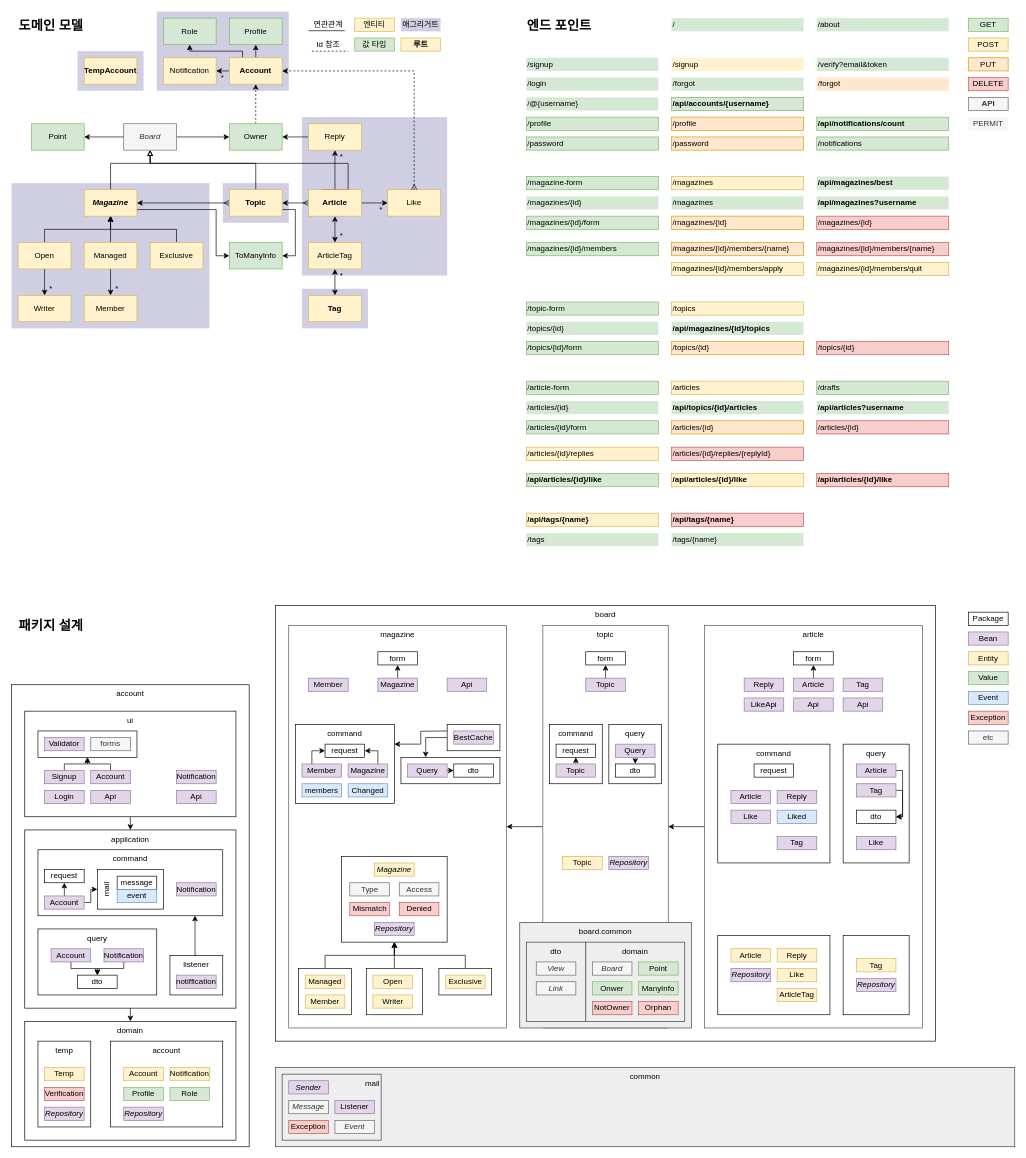
This is diagram.drawio from suloginscene/dinner, a draw.io file, before an edit. Source tidied: cells renumbered, new cells numbered last; positions are measured from the earlier drawing's top-left corner, leaving out a move shared by most shapes. Both pictures are drawn from the tidied source at 66%, with x=0, y=0 at pixel (11, 11).
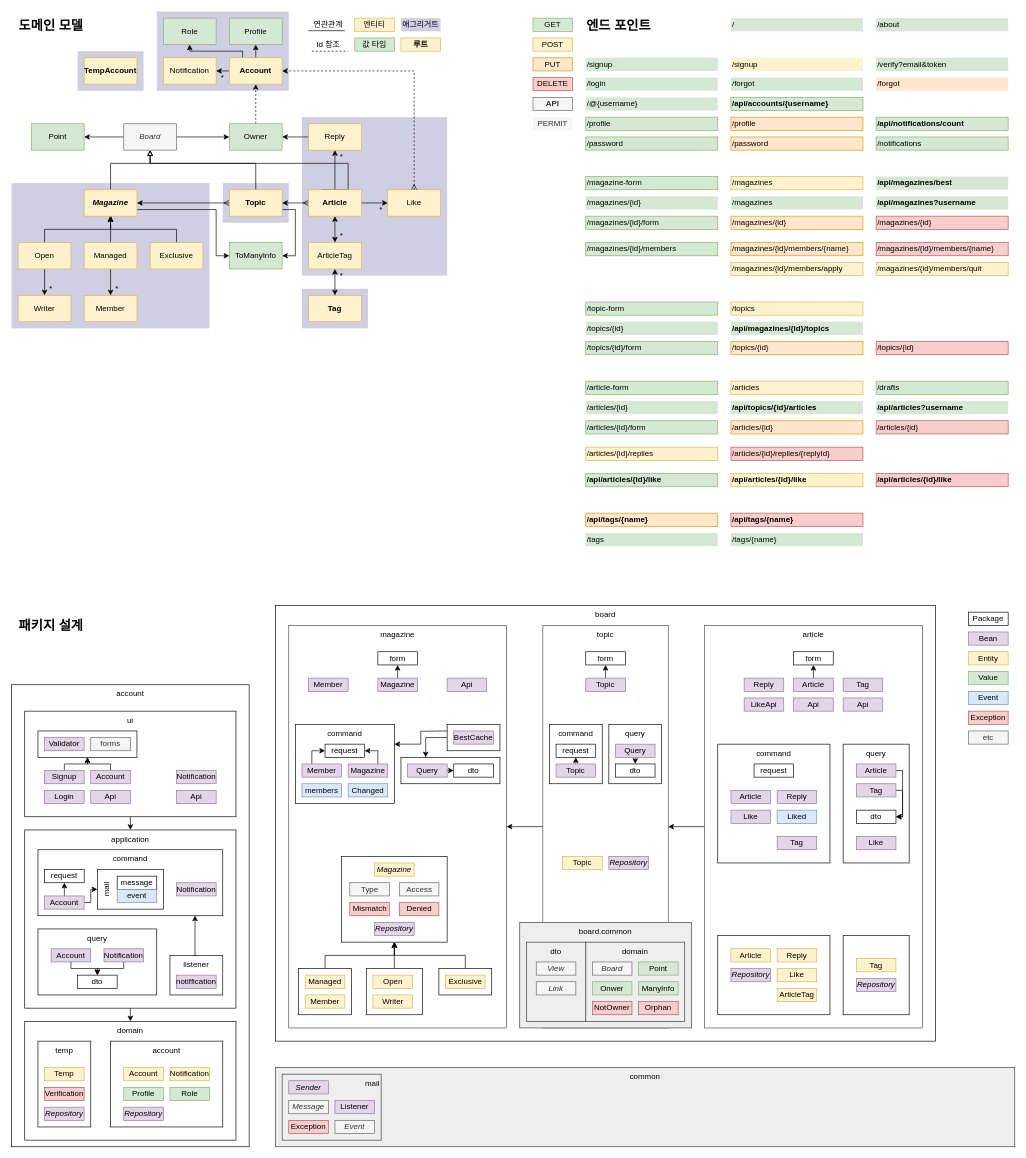
Above is the later version.

Diff of the diagram source:
```diff
@@
     <mxCell id="2" style="rounded=0;whiteSpace=wrap;html=1;horizontal=1;verticalAlign=top;strokeColor=none;" parent="1" vertex="1">
-      <mxGeometry x="770" width="660" height="820" as="geometry" />
+      <mxGeometry x="860" width="660" height="820" as="geometry" />
     </mxCell>
@@
     <mxCell id="91" style="rounded=0;whiteSpace=wrap;html=1;horizontal=1;verticalAlign=top;strokeColor=none;" parent="1" vertex="1">
-      <mxGeometry x="1440" width="80" height="190" as="geometry" />
+      <mxGeometry x="780" width="80" height="190" as="geometry" />
     </mxCell>
     <mxCell id="92" value="GET" style="rounded=0;whiteSpace=wrap;html=1;fillColor=#d5e8d4;strokeColor=#82b366;" parent="1" vertex="1">
-      <mxGeometry x="1450" y="10" width="60" height="20" as="geometry" />
+      <mxGeometry x="790" y="10" width="60" height="20" as="geometry" />
     </mxCell>
     <mxCell id="93" value="POST" style="rounded=0;whiteSpace=wrap;html=1;fillColor=#fff2cc;strokeColor=#d6b656;" parent="1" vertex="1">
-      <mxGeometry x="1450" y="40" width="60" height="20" as="geometry" />
+      <mxGeometry x="790" y="40" width="60" height="20" as="geometry" />
     </mxCell>
     <mxCell id="94" value="PUT" style="rounded=0;whiteSpace=wrap;html=1;fontStyle=0;fillColor=#ffe6cc;strokeColor=#d79b00;" parent="1" vertex="1">
-      <mxGeometry x="1450" y="70" width="60" height="20" as="geometry" />
+      <mxGeometry x="790" y="70" width="60" height="20" as="geometry" />
     </mxCell>
     <mxCell id="95" value="API" style="rounded=0;whiteSpace=wrap;html=1;fontStyle=1;fillColor=#f5f5f5;strokeColor=#666666;fontColor=#333333;" parent="1" vertex="1">
-      <mxGeometry x="1450" y="130" width="60" height="20" as="geometry" />
+      <mxGeometry x="790" y="130" width="60" height="20" as="geometry" />
     </mxCell>
     <mxCell id="96" value="DELETE" style="rounded=0;whiteSpace=wrap;html=1;fontStyle=0;fillColor=#f8cecc;strokeColor=#b85450;" parent="1" vertex="1">
-      <mxGeometry x="1450" y="100" width="60" height="20" as="geometry" />
+      <mxGeometry x="790" y="100" width="60" height="20" as="geometry" />
     </mxCell>
@@
     <mxCell id="155" value="엔드 포인트" style="rounded=0;whiteSpace=wrap;html=1;gradientColor=none;align=center;strokeColor=none;fontStyle=1;fontSize=20;fillColor=none;" parent="1" vertex="1">
-      <mxGeometry x="770" width="120" height="40" as="geometry" />
+      <mxGeometry x="860" width="120" height="40" as="geometry" />
     </mxCell>
     <mxCell id="156" value="PERMIT" style="rounded=0;whiteSpace=wrap;html=1;fontStyle=0;fillColor=#f5f5f5;fontColor=#333333;strokeColor=none;" parent="1" vertex="1">
-      <mxGeometry x="1450" y="160" width="60" height="20" as="geometry" />
+      <mxGeometry x="790" y="160" width="60" height="20" as="geometry" />
     </mxCell>
@@
     <mxCell id="242" value="/@{username}" style="rounded=0;whiteSpace=wrap;html=1;fillColor=#d5e8d4;align=left;spacingLeft=0;strokeColor=none;" parent="1" vertex="1">
-      <mxGeometry x="780" y="130" width="200" height="20" as="geometry" />
+      <mxGeometry x="870" y="130" width="200" height="20" as="geometry" />
     </mxCell>
     <mxCell id="243" value="/" style="rounded=0;whiteSpace=wrap;html=1;fillColor=#d5e8d4;align=left;spacingLeft=0;strokeColor=none;" parent="1" vertex="1">
-      <mxGeometry x="1000" y="10" width="200" height="20" as="geometry" />
+      <mxGeometry x="1090" y="10" width="200" height="20" as="geometry" />
     </mxCell>
     <mxCell id="244" value="/about" style="rounded=0;whiteSpace=wrap;html=1;fillColor=#d5e8d4;align=left;spacingLeft=0;strokeColor=none;" parent="1" vertex="1">
-      <mxGeometry x="1220" y="10" width="200" height="20" as="geometry" />
+      <mxGeometry x="1310" y="10" width="200" height="20" as="geometry" />
     </mxCell>
     <mxCell id="245" value="/api/accounts/{username}" style="rounded=0;whiteSpace=wrap;html=1;fillColor=#d5e8d4;strokeColor=#82b366;align=left;spacingLeft=0;fontStyle=1;" parent="1" vertex="1">
-      <mxGeometry x="1000" y="130" width="200" height="20" as="geometry" />
+      <mxGeometry x="1090" y="130" width="200" height="20" as="geometry" />
     </mxCell>
     <mxCell id="246" value="/api/topics/{id}/articles" style="rounded=0;whiteSpace=wrap;html=1;fillColor=#d5e8d4;align=left;spacingLeft=0;fontStyle=1;strokeColor=none;" parent="1" vertex="1">
-      <mxGeometry x="1000" y="590" width="200" height="20" as="geometry" />
+      <mxGeometry x="1090" y="590" width="200" height="20" as="geometry" />
     </mxCell>
     <mxCell id="247" value="/api/articles?username" style="rounded=0;whiteSpace=wrap;html=1;fillColor=#d5e8d4;align=left;spacingLeft=0;fontStyle=1;strokeColor=none;" parent="1" vertex="1">
-      <mxGeometry x="1220" y="590" width="200" height="20" as="geometry" />
+      <mxGeometry x="1310" y="590" width="200" height="20" as="geometry" />
     </mxCell>
-    <mxCell id="248" value="/api/tags/{name}" style="rounded=0;whiteSpace=wrap;html=1;fillColor=#fff2cc;strokeColor=#d6b656;align=left;spacingLeft=0;fontStyle=1;" parent="1" vertex="1">
-      <mxGeometry x="780" y="760" width="200" height="20" as="geometry" />
+    <mxCell id="248" value="/api/tags/{name}" style="rounded=0;whiteSpace=wrap;html=1;fillColor=#ffe6cc;strokeColor=#d79b00;align=left;spacingLeft=0;fontStyle=1;" parent="1" vertex="1">
+      <mxGeometry x="870" y="760" width="200" height="20" as="geometry" />
     </mxCell>
     <mxCell id="249" value="/api/tags/{name}" style="rounded=0;whiteSpace=wrap;html=1;fillColor=#f8cecc;strokeColor=#b85450;align=left;spacingLeft=0;fontStyle=1;" parent="1" vertex="1">
-      <mxGeometry x="1000" y="760" width="200" height="20" as="geometry" />
+      <mxGeometry x="1090" y="760" width="200" height="20" as="geometry" />
     </mxCell>
     <mxCell id="250" value="/api/magazines/{id}/topics" style="rounded=0;whiteSpace=wrap;html=1;fillColor=#d5e8d4;align=left;spacingLeft=0;fontStyle=1;strokeColor=none;" parent="1" vertex="1">
-      <mxGeometry x="1000" y="470" width="200" height="20" as="geometry" />
+      <mxGeometry x="1090" y="470" width="200" height="20" as="geometry" />
     </mxCell>
     <mxCell id="251" value="/article-form" style="rounded=0;whiteSpace=wrap;html=1;fillColor=#d5e8d4;strokeColor=#82b366;align=left;spacingLeft=0;" parent="1" vertex="1">
-      <mxGeometry x="780" y="560" width="200" height="20" as="geometry" />
+      <mxGeometry x="870" y="560" width="200" height="20" as="geometry" />
     </mxCell>
     <mxCell id="252" value="/articles" style="rounded=0;whiteSpace=wrap;html=1;fillColor=#fff2cc;strokeColor=#d6b656;align=left;spacingLeft=0;" parent="1" vertex="1">
-      <mxGeometry x="1000" y="560" width="200" height="20" as="geometry" />
+      <mxGeometry x="1090" y="560" width="200" height="20" as="geometry" />
     </mxCell>
     <mxCell id="253" value="/articles/{id}" style="rounded=0;whiteSpace=wrap;html=1;fillColor=#d5e8d4;align=left;spacingLeft=0;strokeColor=none;" parent="1" vertex="1">
-      <mxGeometry x="780" y="590" width="200" height="20" as="geometry" />
+      <mxGeometry x="870" y="590" width="200" height="20" as="geometry" />
     </mxCell>
     <mxCell id="254" value="/articles/{id}/form" style="rounded=0;whiteSpace=wrap;html=1;fillColor=#d5e8d4;strokeColor=#82b366;align=left;spacingLeft=0;" parent="1" vertex="1">
-      <mxGeometry x="780" y="620" width="200" height="20" as="geometry" />
+      <mxGeometry x="870" y="620" width="200" height="20" as="geometry" />
     </mxCell>
     <mxCell id="255" value="/articles/{id}" style="rounded=0;whiteSpace=wrap;html=1;fillColor=#f8cecc;strokeColor=#b85450;align=left;spacingLeft=0;" parent="1" vertex="1">
-      <mxGeometry x="1220" y="620" width="200" height="20" as="geometry" />
+      <mxGeometry x="1310" y="620" width="200" height="20" as="geometry" />
     </mxCell>
     <mxCell id="256" value="/articles/{id}" style="rounded=0;whiteSpace=wrap;html=1;fillColor=#ffe6cc;strokeColor=#d79b00;align=left;spacingLeft=0;" parent="1" vertex="1">
-      <mxGeometry x="1000" y="620" width="200" height="20" as="geometry" />
+      <mxGeometry x="1090" y="620" width="200" height="20" as="geometry" />
     </mxCell>
     <mxCell id="257" value="/forgot" style="rounded=0;whiteSpace=wrap;html=1;fillColor=#d5e8d4;align=left;spacingLeft=0;strokeColor=none;" parent="1" vertex="1">
-      <mxGeometry x="1000" y="100" width="200" height="20" as="geometry" />
+      <mxGeometry x="1090" y="100" width="200" height="20" as="geometry" />
     </mxCell>
     <mxCell id="258" value="/forgot" style="rounded=0;whiteSpace=wrap;html=1;fillColor=#ffe6cc;align=left;spacingLeft=0;strokeColor=none;" parent="1" vertex="1">
-      <mxGeometry x="1220" y="100" width="200" height="20" as="geometry" />
+      <mxGeometry x="1310" y="100" width="200" height="20" as="geometry" />
     </mxCell>
     <mxCell id="259" value="/login" style="rounded=0;whiteSpace=wrap;html=1;fillColor=#d5e8d4;align=left;spacingLeft=0;strokeColor=none;" parent="1" vertex="1">
-      <mxGeometry x="780" y="100" width="200" height="20" as="geometry" />
+      <mxGeometry x="870" y="100" width="200" height="20" as="geometry" />
     </mxCell>
     <mxCell id="260" value="/magazines" style="rounded=0;whiteSpace=wrap;html=1;fillColor=#d5e8d4;align=left;spacingLeft=0;strokeColor=none;" parent="1" vertex="1">
-      <mxGeometry x="1000" y="280" width="200" height="20" as="geometry" />
+      <mxGeometry x="1090" y="280" width="200" height="20" as="geometry" />
     </mxCell>
     <mxCell id="261" value="/magazine-form" style="rounded=0;whiteSpace=wrap;html=1;fillColor=#d5e8d4;strokeColor=#82b366;align=left;spacingLeft=0;" parent="1" vertex="1">
-      <mxGeometry x="780" y="250" width="200" height="20" as="geometry" />
+      <mxGeometry x="870" y="250" width="200" height="20" as="geometry" />
     </mxCell>
     <mxCell id="262" value="/magazines" style="rounded=0;whiteSpace=wrap;html=1;fillColor=#fff2cc;strokeColor=#d6b656;align=left;spacingLeft=0;" parent="1" vertex="1">
-      <mxGeometry x="1000" y="250" width="200" height="20" as="geometry" />
+      <mxGeometry x="1090" y="250" width="200" height="20" as="geometry" />
     </mxCell>
     <mxCell id="263" value="/magazines/{id}" style="rounded=0;whiteSpace=wrap;html=1;fillColor=#d5e8d4;align=left;spacingLeft=0;strokeColor=none;" parent="1" vertex="1">
-      <mxGeometry x="780" y="280" width="200" height="20" as="geometry" />
+      <mxGeometry x="870" y="280" width="200" height="20" as="geometry" />
     </mxCell>
     <mxCell id="264" value="/magazines/{id}/form" style="rounded=0;whiteSpace=wrap;html=1;fillColor=#d5e8d4;strokeColor=#82b366;align=left;spacingLeft=0;" parent="1" vertex="1">
-      <mxGeometry x="780" y="310" width="200" height="20" as="geometry" />
+      <mxGeometry x="870" y="310" width="200" height="20" as="geometry" />
     </mxCell>
     <mxCell id="265" value="/magazines/{id}" style="rounded=0;whiteSpace=wrap;html=1;fillColor=#f8cecc;strokeColor=#b85450;align=left;spacingLeft=0;" parent="1" vertex="1">
-      <mxGeometry x="1220" y="310" width="200" height="20" as="geometry" />
+      <mxGeometry x="1310" y="310" width="200" height="20" as="geometry" />
     </mxCell>
     <mxCell id="266" value="/magazines/{id}" style="rounded=0;whiteSpace=wrap;html=1;fillColor=#ffe6cc;strokeColor=#d79b00;align=left;spacingLeft=0;" parent="1" vertex="1">
-      <mxGeometry x="1000" y="310" width="200" height="20" as="geometry" />
+      <mxGeometry x="1090" y="310" width="200" height="20" as="geometry" />
     </mxCell>
     <mxCell id="267" value="/magazines/{id}/members/apply" style="rounded=0;whiteSpace=wrap;html=1;fillColor=#fff2cc;strokeColor=#d6b656;align=left;spacingLeft=0;" parent="1" vertex="1">
-      <mxGeometry x="1000" y="380" width="200" height="20" as="geometry" />
+      <mxGeometry x="1090" y="380" width="200" height="20" as="geometry" />
     </mxCell>
     <mxCell id="268" value="/magazines/{id}/members/quit" style="rounded=0;whiteSpace=wrap;html=1;fillColor=#fff2cc;strokeColor=#d6b656;align=left;spacingLeft=0;" parent="1" vertex="1">
-      <mxGeometry x="1220" y="380" width="200" height="20" as="geometry" />
+      <mxGeometry x="1310" y="380" width="200" height="20" as="geometry" />
     </mxCell>
     <mxCell id="269" value="/magazines/{id}/members/{name}" style="rounded=0;whiteSpace=wrap;html=1;fillColor=#ffe6cc;strokeColor=#d79b00;align=left;spacingLeft=0;" parent="1" vertex="1">
-      <mxGeometry x="1000" y="350" width="200" height="20" as="geometry" />
+      <mxGeometry x="1090" y="350" width="200" height="20" as="geometry" />
     </mxCell>
     <mxCell id="270" value="/magazines/{id}/members/{name}" style="rounded=0;whiteSpace=wrap;html=1;fillColor=#f8cecc;strokeColor=#b85450;align=left;spacingLeft=0;" parent="1" vertex="1">
-      <mxGeometry x="1220" y="350" width="200" height="20" as="geometry" />
+      <mxGeometry x="1310" y="350" width="200" height="20" as="geometry" />
     </mxCell>
     <mxCell id="271" value="/magazines/{id}/members" style="rounded=0;whiteSpace=wrap;html=1;fillColor=#d5e8d4;strokeColor=#82b366;align=left;spacingLeft=0;" parent="1" vertex="1">
-      <mxGeometry x="780" y="350" width="200" height="20" as="geometry" />
+      <mxGeometry x="870" y="350" width="200" height="20" as="geometry" />
     </mxCell>
     <mxCell id="272" value="/notifications" style="rounded=0;whiteSpace=wrap;html=1;fillColor=#d5e8d4;strokeColor=#82b366;align=left;spacingLeft=0;" parent="1" vertex="1">
-      <mxGeometry x="1220" y="190" width="200" height="20" as="geometry" />
+      <mxGeometry x="1310" y="190" width="200" height="20" as="geometry" />
     </mxCell>
     <mxCell id="273" value="/password" style="rounded=0;whiteSpace=wrap;html=1;fillColor=#d5e8d4;strokeColor=#82b366;align=left;spacingLeft=0;" parent="1" vertex="1">
-      <mxGeometry x="780" y="190" width="200" height="20" as="geometry" />
+      <mxGeometry x="870" y="190" width="200" height="20" as="geometry" />
     </mxCell>
     <mxCell id="274" value="/password" style="rounded=0;whiteSpace=wrap;html=1;fillColor=#ffe6cc;strokeColor=#d79b00;align=left;spacingLeft=0;" parent="1" vertex="1">
-      <mxGeometry x="1000" y="190" width="200" height="20" as="geometry" />
+      <mxGeometry x="1090" y="190" width="200" height="20" as="geometry" />
     </mxCell>
     <mxCell id="275" value="/profile" style="rounded=0;whiteSpace=wrap;html=1;fillColor=#d5e8d4;strokeColor=#82b366;align=left;spacingLeft=0;" parent="1" vertex="1">
-      <mxGeometry x="780" y="160" width="200" height="20" as="geometry" />
+      <mxGeometry x="870" y="160" width="200" height="20" as="geometry" />
     </mxCell>
     <mxCell id="276" value="/profile" style="rounded=0;whiteSpace=wrap;html=1;fillColor=#ffe6cc;strokeColor=#d79b00;align=left;spacingLeft=0;" parent="1" vertex="1">
-      <mxGeometry x="1000" y="160" width="200" height="20" as="geometry" />
+      <mxGeometry x="1090" y="160" width="200" height="20" as="geometry" />
     </mxCell>
     <mxCell id="277" value="/drafts" style="rounded=0;whiteSpace=wrap;html=1;fillColor=#d5e8d4;strokeColor=#82b366;align=left;spacingLeft=0;" parent="1" vertex="1">
-      <mxGeometry x="1220" y="560" width="200" height="20" as="geometry" />
+      <mxGeometry x="1310" y="560" width="200" height="20" as="geometry" />
     </mxCell>
     <mxCell id="278" value="/articles/{id}/replies" style="rounded=0;whiteSpace=wrap;html=1;fillColor=#fff2cc;strokeColor=#d6b656;align=left;spacingLeft=0;" parent="1" vertex="1">
-      <mxGeometry x="780" y="660" width="200" height="20" as="geometry" />
+      <mxGeometry x="870" y="660" width="200" height="20" as="geometry" />
     </mxCell>
     <mxCell id="279" value="/articles/{id}/replies/{replyId}" style="rounded=0;whiteSpace=wrap;html=1;fillColor=#f8cecc;strokeColor=#b85450;align=left;spacingLeft=0;" parent="1" vertex="1">
-      <mxGeometry x="1000" y="660" width="200" height="20" as="geometry" />
+      <mxGeometry x="1090" y="660" width="200" height="20" as="geometry" />
     </mxCell>
     <mxCell id="280" value="/signup" style="rounded=0;whiteSpace=wrap;html=1;fillColor=#d5e8d4;align=left;spacingLeft=0;strokeColor=none;" parent="1" vertex="1">
-      <mxGeometry x="780" y="70" width="200" height="20" as="geometry" />
+      <mxGeometry x="870" y="70" width="200" height="20" as="geometry" />
     </mxCell>
     <mxCell id="281" value="/signup" style="rounded=0;whiteSpace=wrap;html=1;fillColor=#fff2cc;align=left;spacingLeft=0;strokeColor=none;" parent="1" vertex="1">
-      <mxGeometry x="1000" y="70" width="200" height="20" as="geometry" />
+      <mxGeometry x="1090" y="70" width="200" height="20" as="geometry" />
     </mxCell>
     <mxCell id="282" value="/tags" style="rounded=0;whiteSpace=wrap;html=1;fillColor=#d5e8d4;align=left;spacingLeft=0;strokeColor=none;" parent="1" vertex="1">
-      <mxGeometry x="780" y="790" width="200" height="20" as="geometry" />
+      <mxGeometry x="870" y="790" width="200" height="20" as="geometry" />
     </mxCell>
     <mxCell id="283" value="/tags/{name}" style="rounded=0;whiteSpace=wrap;html=1;fillColor=#d5e8d4;align=left;spacingLeft=0;strokeColor=none;" parent="1" vertex="1">
-      <mxGeometry x="1000" y="790" width="200" height="20" as="geometry" />
+      <mxGeometry x="1090" y="790" width="200" height="20" as="geometry" />
     </mxCell>
     <mxCell id="284" value="/topic-form" style="rounded=0;whiteSpace=wrap;html=1;fillColor=#d5e8d4;strokeColor=#82b366;align=left;spacingLeft=0;" parent="1" vertex="1">
-      <mxGeometry x="780" y="440" width="200" height="20" as="geometry" />
+      <mxGeometry x="870" y="440" width="200" height="20" as="geometry" />
     </mxCell>
     <mxCell id="285" value="/topics" style="rounded=0;whiteSpace=wrap;html=1;fillColor=#fff2cc;strokeColor=#d6b656;align=left;spacingLeft=0;" parent="1" vertex="1">
-      <mxGeometry x="1000" y="440" width="200" height="20" as="geometry" />
+      <mxGeometry x="1090" y="440" width="200" height="20" as="geometry" />
     </mxCell>
     <mxCell id="286" value="/topics/{id}" style="rounded=0;whiteSpace=wrap;html=1;fillColor=#d5e8d4;align=left;spacingLeft=0;strokeColor=none;" parent="1" vertex="1">
-      <mxGeometry x="780" y="470" width="200" height="20" as="geometry" />
+      <mxGeometry x="870" y="470" width="200" height="20" as="geometry" />
     </mxCell>
     <mxCell id="287" value="/topics/{id}/form" style="rounded=0;whiteSpace=wrap;html=1;fillColor=#d5e8d4;strokeColor=#82b366;align=left;spacingLeft=0;" parent="1" vertex="1">
-      <mxGeometry x="780" y="500" width="200" height="20" as="geometry" />
+      <mxGeometry x="870" y="500" width="200" height="20" as="geometry" />
     </mxCell>
     <mxCell id="288" value="/topics/{id}" style="rounded=0;whiteSpace=wrap;html=1;fillColor=#f8cecc;strokeColor=#b85450;align=left;spacingLeft=0;" parent="1" vertex="1">
-      <mxGeometry x="1220" y="500" width="200" height="20" as="geometry" />
+      <mxGeometry x="1310" y="500" width="200" height="20" as="geometry" />
     </mxCell>
     <mxCell id="289" value="/topics/{id}" style="rounded=0;whiteSpace=wrap;html=1;fillColor=#ffe6cc;strokeColor=#d79b00;align=left;spacingLeft=0;" parent="1" vertex="1">
-      <mxGeometry x="1000" y="500" width="200" height="20" as="geometry" />
+      <mxGeometry x="1090" y="500" width="200" height="20" as="geometry" />
     </mxCell>
     <mxCell id="290" value="/verify?email&amp;amp;token" style="rounded=0;whiteSpace=wrap;html=1;fillColor=#d5e8d4;align=left;spacingLeft=0;strokeColor=none;" parent="1" vertex="1">
-      <mxGeometry x="1220" y="70" width="200" height="20" as="geometry" />
+      <mxGeometry x="1310" y="70" width="200" height="20" as="geometry" />
     </mxCell>
     <mxCell id="291" value="/api/magazines/best" style="rounded=0;whiteSpace=wrap;html=1;fillColor=#d5e8d4;align=left;spacingLeft=0;fontStyle=1;strokeColor=none;" parent="1" vertex="1">
-      <mxGeometry x="1220" y="250" width="200" height="20" as="geometry" />
+      <mxGeometry x="1310" y="250" width="200" height="20" as="geometry" />
     </mxCell>
     <mxCell id="292" value="/api/articles/{id}/like" style="rounded=0;whiteSpace=wrap;html=1;fillColor=#d5e8d4;strokeColor=#82b366;align=left;spacingLeft=0;fontStyle=1;" parent="1" vertex="1">
-      <mxGeometry x="780" y="700" width="200" height="20" as="geometry" />
+      <mxGeometry x="870" y="700" width="200" height="20" as="geometry" />
     </mxCell>
     <mxCell id="293" value="/api/articles/{id}/like" style="rounded=0;whiteSpace=wrap;html=1;fillColor=#fff2cc;strokeColor=#d6b656;align=left;spacingLeft=0;fontStyle=1;" parent="1" vertex="1">
-      <mxGeometry x="1000" y="700" width="200" height="20" as="geometry" />
+      <mxGeometry x="1090" y="700" width="200" height="20" as="geometry" />
     </mxCell>
     <mxCell id="294" value="/api/articles/{id}/like" style="rounded=0;whiteSpace=wrap;html=1;fillColor=#f8cecc;strokeColor=#b85450;align=left;spacingLeft=0;fontStyle=1;" parent="1" vertex="1">
-      <mxGeometry x="1220" y="700" width="200" height="20" as="geometry" />
+      <mxGeometry x="1310" y="700" width="200" height="20" as="geometry" />
     </mxCell>
     <mxCell id="295" value="/api/magazines?username" style="rounded=0;whiteSpace=wrap;html=1;fillColor=#d5e8d4;align=left;spacingLeft=0;fontStyle=1;strokeColor=none;" parent="1" vertex="1">
-      <mxGeometry x="1220" y="280" width="200" height="20" as="geometry" />
+      <mxGeometry x="1310" y="280" width="200" height="20" as="geometry" />
     </mxCell>
     <mxCell id="296" value="/api/notifications/count" style="rounded=0;whiteSpace=wrap;html=1;fillColor=#d5e8d4;strokeColor=#82b366;align=left;spacingLeft=0;fontStyle=1;" parent="1" vertex="1">
-      <mxGeometry x="1220" y="160" width="200" height="20" as="geometry" />
+      <mxGeometry x="1310" y="160" width="200" height="20" as="geometry" />
     </mxCell>
```
